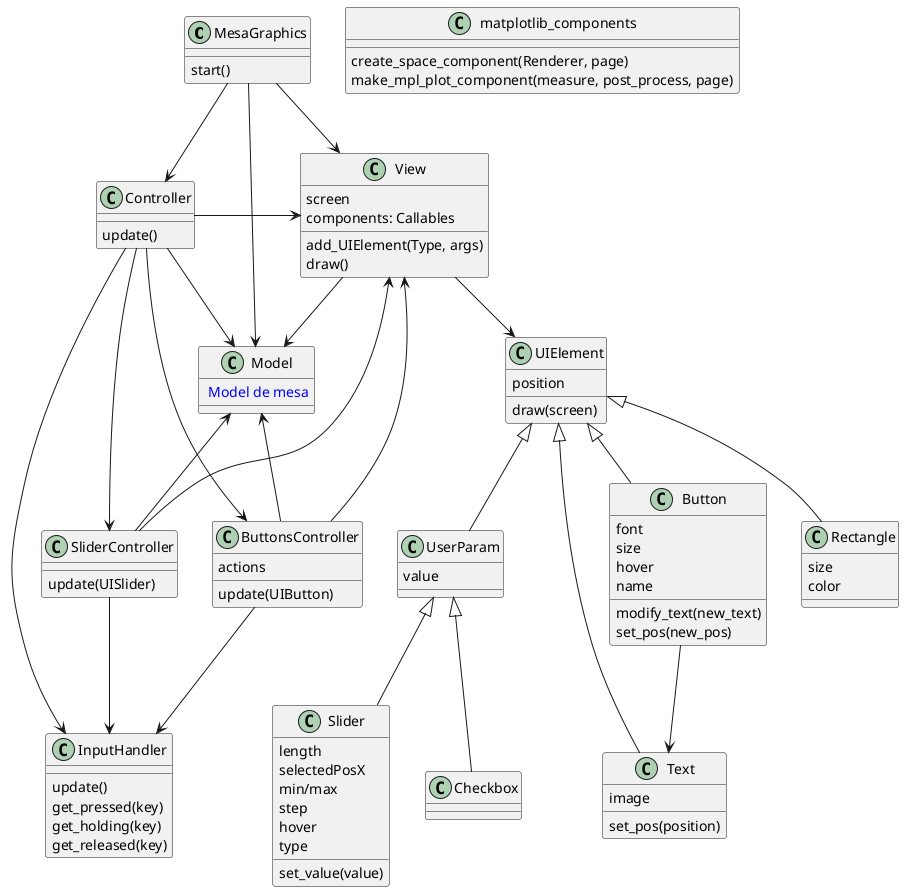
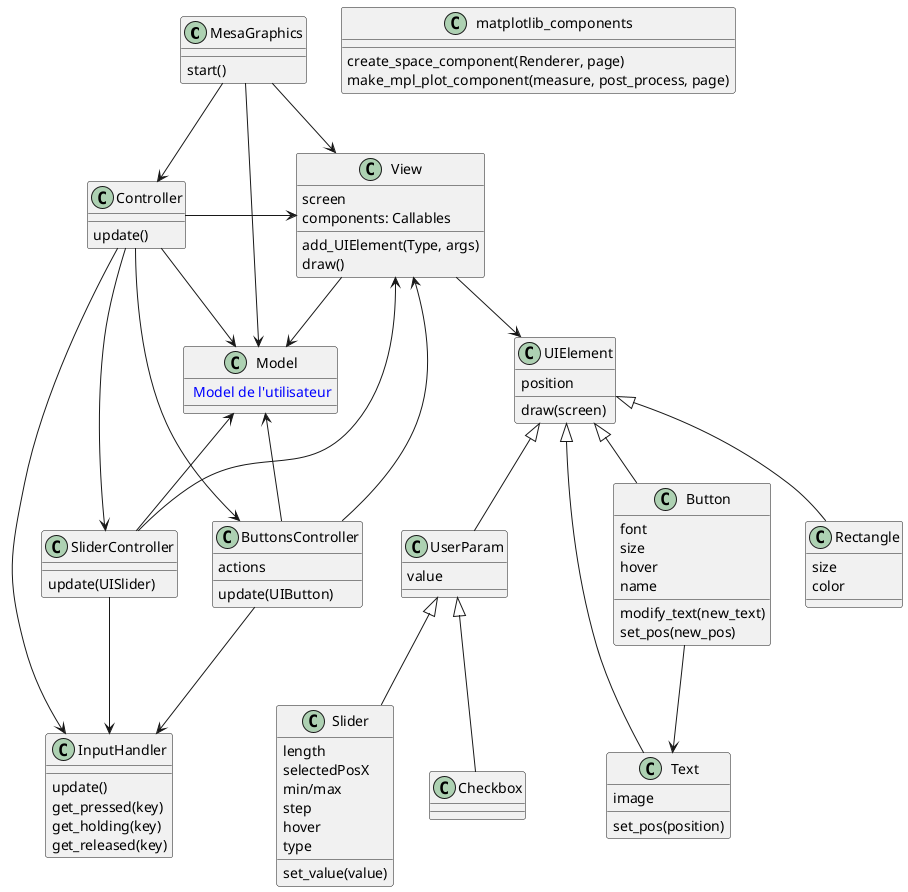
@startuml

class MesaGraphics
MesaGraphics : start()

class View
View : screen
View : components: Callables
View : add_UIElement(Type, args)
View : draw()

class Controller
Controller : update()

Controller -> View
Controller -> Model
View --> Model

MesaGraphics --> View
MesaGraphics --> Controller
MesaGraphics --> Model

/' ########## Controller part ########## '/

class InputHandler
InputHandler : update()
InputHandler : get_pressed(key)
InputHandler : get_holding(key)
InputHandler : get_released(key)

Controller --> InputHandler

class ButtonsController
ButtonsController : actions
ButtonsController : update(UIButton)
Controller --> ButtonsController
View <-- ButtonsController
Model <-- ButtonsController
ButtonsController --> InputHandler


class SliderController
SliderController : update(UISlider)
Controller --> SliderController
View <-- SliderController
Model <-- SliderController
SliderController --> InputHandler

/' ########## Model part ########## '/

class Model
- Model : <color:blue> Model de mesa
+ Model : <color:blue> Model de l'utilisateur

/' ##########  View part ########## '/


class UIElement
UIElement : position
UIElement : draw(screen)
View --> UIElement

class Rectangle
UIElement <|-- Rectangle
Rectangle : size
Rectangle : color

class Text
Text : image
Text : set_pos(position)
UIElement <|-- Text

class Button
Button : font
Button : size
Button : hover
Button : name
Button : modify_text(new_text)
Button : set_pos(new_pos)
UIElement <|-- Button
Button --> Text

class UserParam
UserParam : value
UIElement <|-- UserParam

class Slider
Slider : length
Slider : selectedPosX
Slider : min/max
Slider : step
Slider : hover
Slider : type
Slider : set_value(value)
UserParam <|-- Slider

class Checkbox
UserParam <|-- Checkbox


class matplotlib_components
matplotlib_components : create_space_component(Renderer, page)
matplotlib_components : make_mpl_plot_component(measure, post_process, page)

@enduml